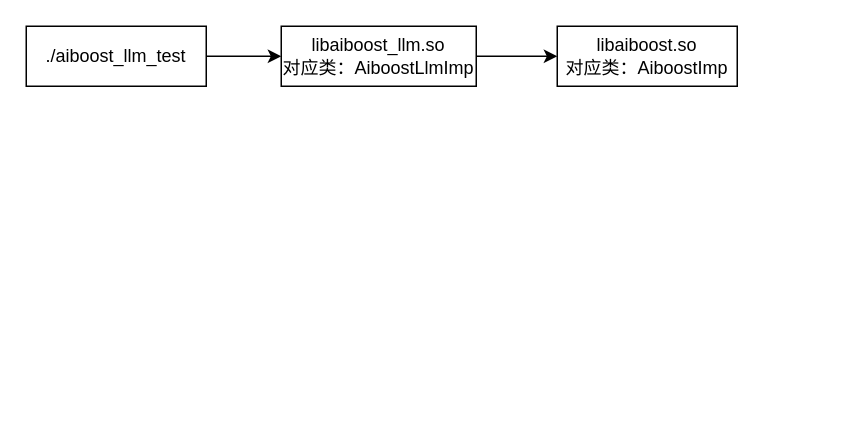
This is LLM/Aiboost.drawio from mailonghua/drawio, a draw.io file, before an edit. Source tidied: cells renumbered, new cells numbered last; positions are measured from the earlier drawing's top-left corner, leaving out a move shared by most shapes. Both pictures are drawn from the tidied source at 150%, with x=0, y=0 at pixel (26, 26).
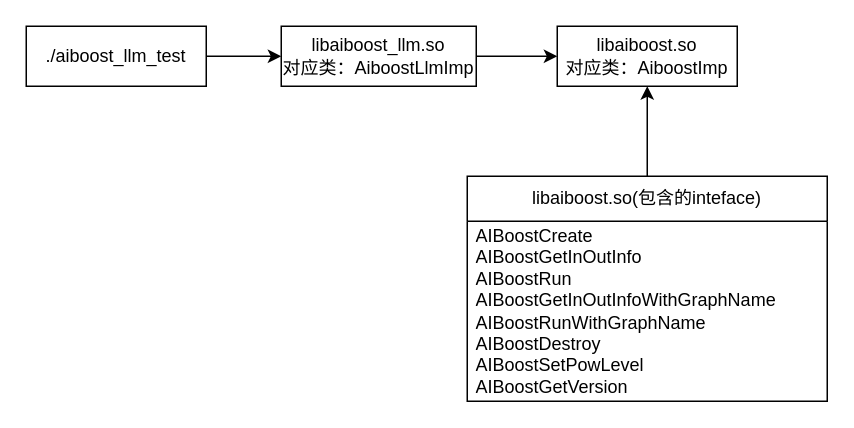
The same diagram, later.

Diff of the diagram source:
```diff
@@
 <mxGraphModel>
   <root>
     <mxCell id="0" />
     <mxCell id="1" parent="0" />
     <mxCell id="2" style="edgeStyle=orthogonalEdgeStyle;rounded=0;jettySize=auto;html=1;exitX=1;exitY=0.5;exitDx=0;exitDy=0;entryX=0;entryY=0.5;entryDx=0;entryDy=0;" parent="1" edge="1" source="3" target="6">
       <mxGeometry relative="1" as="geometry" />
     </mxCell>
     <mxCell id="3" value="libaiboost_llm.so&lt;br&gt;对应类：AiboostLlmImp" style="rounded=0;whiteSpace=wrap;html=1;" parent="1" vertex="1">
       <mxGeometry x="170" width="130" height="40" as="geometry" />
     </mxCell>
     <mxCell id="4" style="edgeStyle=orthogonalEdgeStyle;rounded=0;jettySize=auto;html=1;exitX=1;exitY=0.5;exitDx=0;exitDy=0;" parent="1" edge="1" source="5" target="3">
       <mxGeometry relative="1" as="geometry" />
     </mxCell>
     <mxCell id="5" value="./aiboost_llm_test" style="rounded=0;whiteSpace=wrap;html=1;" parent="1" vertex="1">
       <mxGeometry width="120" height="40" as="geometry" />
     </mxCell>
     <mxCell id="6" value="libaiboost.so&lt;br&gt;对应类：AiboostImp" style="rounded=0;whiteSpace=wrap;html=1;" parent="1" vertex="1">
       <mxGeometry x="354" width="120" height="40" as="geometry" />
     </mxCell>
+    <mxCell id="7" style="edgeStyle=orthogonalEdgeStyle;rounded=0;jettySize=auto;html=1;exitX=0.5;exitY=0;exitDx=0;exitDy=0;entryX=0.5;entryY=1;entryDx=0;entryDy=0;" parent="1" edge="1" source="8" target="6">
+      <mxGeometry relative="1" as="geometry" />
+    </mxCell>
+    <mxCell id="8" value="libaiboost.so(包含的inteface)" style="swimlane;fontStyle=0;horizontal=1;startSize=30;whiteSpace=wrap;html=1;" parent="1" vertex="1">
+      <mxGeometry x="294" y="100" width="240" height="150" as="geometry" />
+    </mxCell>
+    <mxCell id="9" value="AIBoostCreate&lt;div&gt;AIBoostGetInOutInfo&lt;br&gt;AIBoostRun&lt;br&gt;AIBoostGetInOutInfoWithGraphName&lt;br&gt;AIBoostRunWithGraphName&lt;br&gt;AIBoostDestroy&lt;br&gt;AIBoostSetPowLevel&lt;br&gt;AIBoostGetVersion&lt;br&gt;&lt;/div&gt;" style="text;strokeColor=none;fillColor=none;align=left;verticalAlign=middle;spacingLeft=4;spacingRight=4;overflow=hidden;whiteSpace=wrap;html=1;" parent="8" vertex="1">
+      <mxGeometry y="30" width="240" height="120" as="geometry" />
+    </mxCell>
   </root>
 </mxGraphModel>
```
